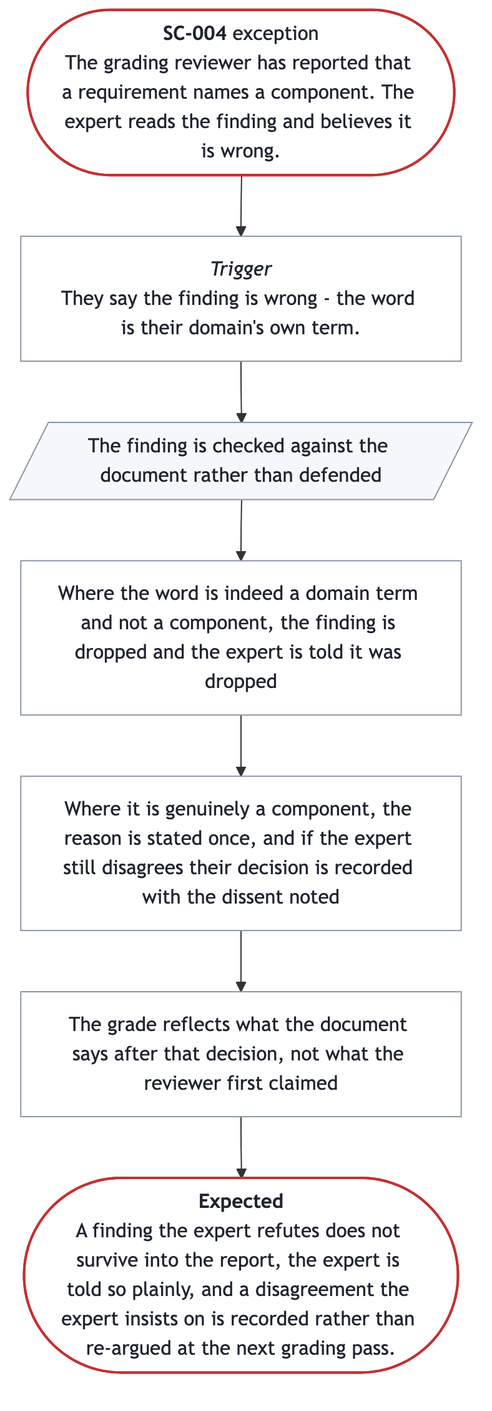
Above: docs/prd/prd-forge/diagrams/SC-004.png in SpillwaveSolutions/prd-forge (Mermaid), before the change. Its source is kept beside it as docs/prd/prd-forge/diagrams/SC-004.mmd.
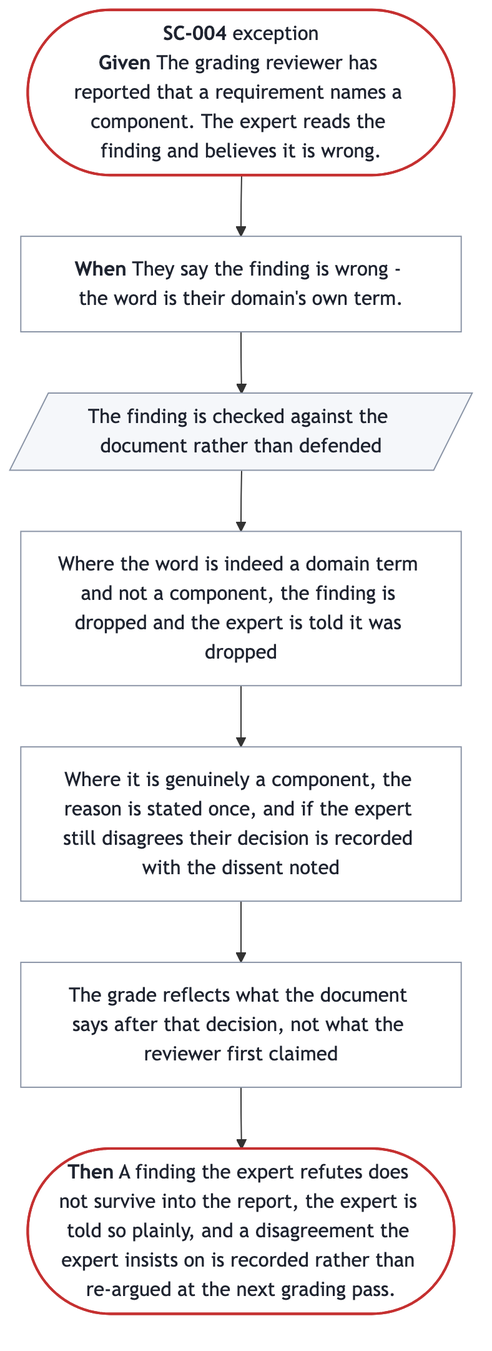
After the change.

What changed in the source:
```diff
@@ -1,12 +1,12 @@
 %%{init: {"flowchart": {"wrappingWidth": 300}}}%%
 flowchart TB
-  start(["<b>SC-004</b> exception<br/>The grading reviewer has reported that a requirement names a component. The expert reads the finding and believes it is wrong."])
-  trigger["<i>Trigger</i><br/>They say the finding is wrong - the word is their domain's own term."]
+  start(["<b>SC-004</b> exception<br/><b>Given</b> The grading reviewer has reported that a requirement names a component. The expert reads the finding and believes it is wrong."])
+  trigger["<b>When</b> They say the finding is wrong - the word is their domain's own term."]
   s0[/"The finding is checked against the document rather than defended"/]
   s1["Where the word is indeed a domain term and not a component, the finding is dropped and the expert is told it was dropped"]
   s2["Where it is genuinely a component, the reason is stated once, and if the expert still disagrees their decision is recorded with the dissent noted"]
   s3["The grade reflects what the document says after that decision, not what the reviewer first claimed"]
-  done(["<b>Expected</b><br/>A finding the expert refutes does not survive into the report, the expert is told so plainly, and a disagreement the expert insists on is recorded rather than re-argued at the next grading pass."])
+  done(["<b>Then</b> A finding the expert refutes does not survive into the report, the expert is told so plainly, and a disagreement the expert insists on is recorded rather than re-argued at the next grading pass."])
   start --> trigger --> s0 --> s1 --> s2 --> s3 --> done
   classDef ends fill:#FFFFFF,stroke:#C53030,stroke-width:2px,color:#1F2430
   classDef sees fill:#F5F7FA,stroke:#8A94A6,color:#1F2430
```
